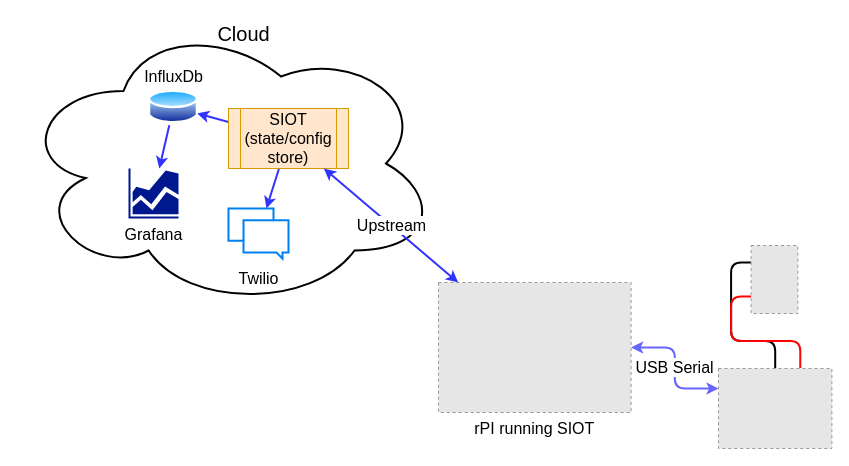
Earlier version of the draw.io diagram page "MCU" (13 of 13) of docs/diagrams.drawio (simpleiot/simpleiot). Source tidied: cells renumbered, new cells numbered last; positions are measured from the earlier drawing's top-left corner, leaving out a move shared by most shapes. Both pictures are drawn from the tidied source at 100%, with x=0, y=0 at pixel (18, 18). Pictures stored in the file or linked from it are replaced by grey dashed boxes.
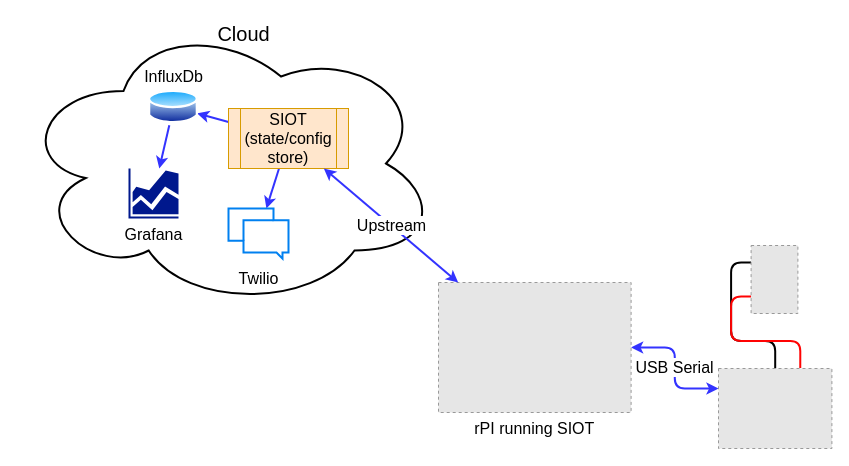
The same page after the edit.

Commit message (it also covers changes not shown here):
fix arrow color

Diff of the diagram source:
```diff
@@
 <mxGraphModel>
   <root>
     <mxCell id="0" />
     <mxCell id="1" parent="0" />
-    <mxCell id="2" value="USB Serial" style="edgeStyle=orthogonalEdgeStyle;rounded=1;jettySize=auto;html=1;strokeWidth=2;strokeColor=#6666FF;startArrow=classic;startFill=1;entryX=0;entryY=0.25;entryDx=0;entryDy=0;fontSize=16;" parent="1" edge="1" source="3" target="17">
+    <mxCell id="2" value="USB Serial" style="edgeStyle=orthogonalEdgeStyle;rounded=1;jettySize=auto;html=1;strokeWidth=2;strokeColor=#3333FF;startArrow=classic;startFill=1;entryX=0;entryY=0.25;entryDx=0;entryDy=0;fontSize=16;" parent="1" edge="1" source="3" target="17">
       <mxGeometry relative="1" as="geometry" />
     </mxCell>
     <mxCell id="3" value="rPI running SIOT" style="fillColor=#E6E6E6;strokeColor=#999999;dashed=1;verticalLabelPosition=bottom;labelBackgroundColor=default;verticalAlign=top;fontSize=16;" parent="1" vertex="1">
       <mxGeometry x="420" y="264" width="192.6" height="130" as="geometry" />
     </mxCell>
     <mxCell id="4" style="edgeStyle=orthogonalEdgeStyle;rounded=1;jettySize=auto;html=1;exitX=0;exitY=0.25;exitDx=0;exitDy=0;entryX=0.5;entryY=0;entryDx=0;entryDy=0;fontSize=16;startArrow=none;startFill=0;strokeColor=#000000;strokeWidth=2;endArrow=none;endFill=0;" parent="1" edge="1" source="6" target="17">
       <mxGeometry relative="1" as="geometry" />
     </mxCell>
     <mxCell id="5" style="edgeStyle=orthogonalEdgeStyle;rounded=1;jettySize=auto;html=1;exitX=0;exitY=0.75;exitDx=0;exitDy=0;entryX=0.721;entryY=-0.007;entryDx=0;entryDy=0;fontSize=16;startArrow=none;startFill=0;strokeColor=#FF0303;strokeWidth=2;endArrow=none;endFill=0;entryPerimeter=0;" parent="1" edge="1" source="6" target="17">
       <mxGeometry relative="1" as="geometry" />
     </mxCell>
     <mxCell id="6" style="fillColor=#E6E6E6;strokeColor=#999999;dashed=1;verticalLabelPosition=bottom;labelBackgroundColor=default;verticalAlign=top;" parent="1" vertex="1">
       <mxGeometry x="732.6" y="227" width="46.8" height="68" as="geometry" />
     </mxCell>
     <mxCell id="7" style="ellipse;shape=cloud;whiteSpace=wrap;html=1;labelBackgroundColor=none;sketch=0;fontSize=16;strokeWidth=2;" parent="1" vertex="1">
       <mxGeometry width="420" height="290" as="geometry" />
     </mxCell>
     <mxCell id="8" style="edgeStyle=none;rounded=0;jettySize=auto;html=1;fontSize=16;startArrow=none;startFill=0;strokeColor=#3333FF;strokeWidth=2;" parent="1" edge="1" source="10" target="12">
       <mxGeometry relative="1" as="geometry" />
     </mxCell>
     <mxCell id="9" style="edgeStyle=none;rounded=0;jettySize=auto;html=1;fontSize=16;startArrow=none;startFill=0;strokeColor=#3333FF;strokeWidth=2;" parent="1" edge="1" source="10" target="15">
       <mxGeometry relative="1" as="geometry" />
     </mxCell>
     <mxCell id="10" value="SIOT&lt;br&gt;(state/config store)" style="shape=process;whiteSpace=wrap;html=1;backgroundOutline=1;fontSize=16;fillColor=#ffe6cc;strokeColor=#d79b00;" parent="1" vertex="1">
       <mxGeometry x="210" y="90" width="120" height="60" as="geometry" />
     </mxCell>
     <mxCell id="11" style="edgeStyle=none;rounded=0;jettySize=auto;html=1;fontSize=16;startArrow=none;startFill=0;strokeColor=#3333FF;strokeWidth=2;" parent="1" edge="1" source="12" target="13">
       <mxGeometry relative="1" as="geometry" />
     </mxCell>
     <mxCell id="12" value="InfluxDb" style="perimeter=ellipsePerimeter;html=1;align=center;shadow=0;dashed=0;spacingTop=3;image;image=img/lib/active_directory/database.svg;fontSize=16;labelPosition=center;verticalLabelPosition=top;verticalAlign=bottom;" parent="1" vertex="1">
       <mxGeometry x="130" y="70" width="50" height="37" as="geometry" />
     </mxCell>
     <mxCell id="13" value="Grafana" style="sketch=0;shadow=0;dashed=0;html=1;strokeColor=none;labelPosition=center;verticalLabelPosition=bottom;verticalAlign=top;align=center;fillColor=#00188D;shape=mxgraph.mscae.general.graph;fontSize=16;" parent="1" vertex="1">
       <mxGeometry x="110" y="150" width="50" height="50" as="geometry" />
     </mxCell>
     <mxCell id="14" value="Cloud" style="text;html=1;align=center;verticalAlign=middle;fillColor=none;strokeColor=none;rounded=0;fontSize=20;" parent="1" vertex="1">
       <mxGeometry x="190" width="70" height="30" as="geometry" />
     </mxCell>
     <mxCell id="15" value="&lt;font style=&quot;font-size: 16px&quot;&gt;Twilio&lt;/font&gt;" style="html=1;verticalLabelPosition=bottom;align=center;labelBackgroundColor=#ffffff;verticalAlign=top;strokeWidth=2;strokeColor=#0080F0;shadow=0;dashed=0;shape=mxgraph.ios7.icons.messages;fontSize=20;" parent="1" vertex="1">
       <mxGeometry x="210" y="190" width="60" height="50" as="geometry" />
     </mxCell>
     <mxCell id="16" value="Upstream" style="rounded=1;jettySize=auto;html=1;fontSize=16;startArrow=classic;startFill=1;endArrow=classic;endFill=1;strokeColor=#3333FF;strokeWidth=2;" parent="1" edge="1" source="3" target="10">
       <mxGeometry relative="1" as="geometry" />
     </mxCell>
     <mxCell id="17" style="fillColor=#E6E6E6;strokeColor=#999999;dashed=1;verticalLabelPosition=bottom;labelBackgroundColor=default;verticalAlign=top;" parent="1" vertex="1">
       <mxGeometry x="700" y="350" width="113.4" height="80" as="geometry" />
     </mxCell>
   </root>
 </mxGraphModel>
```
